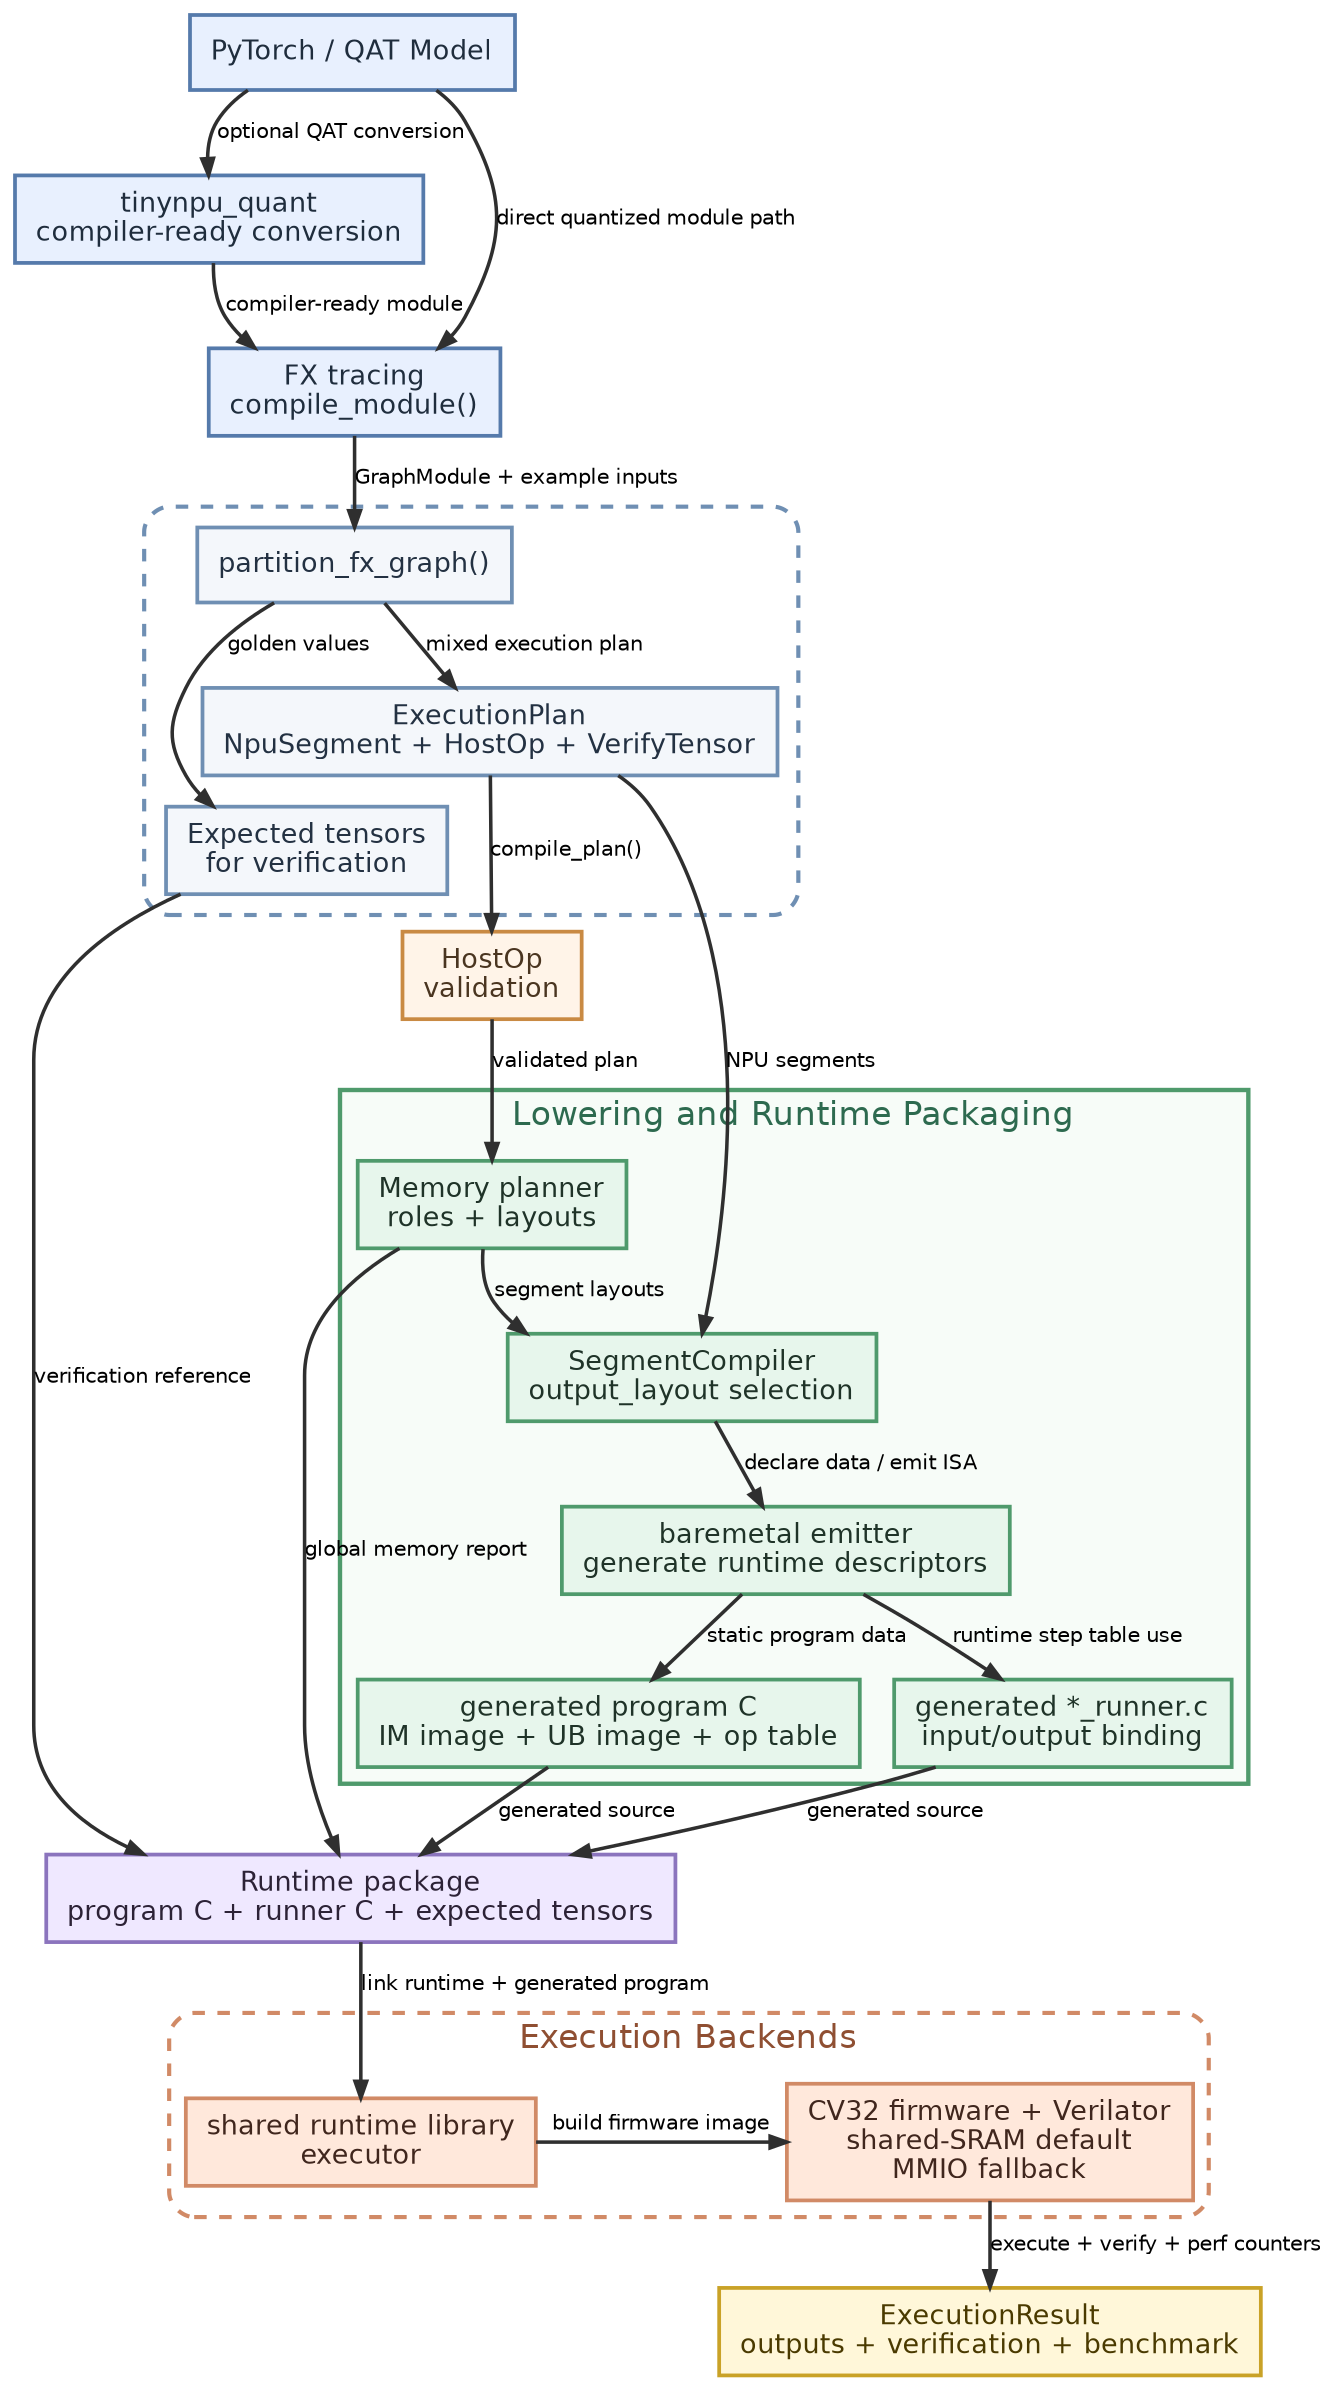
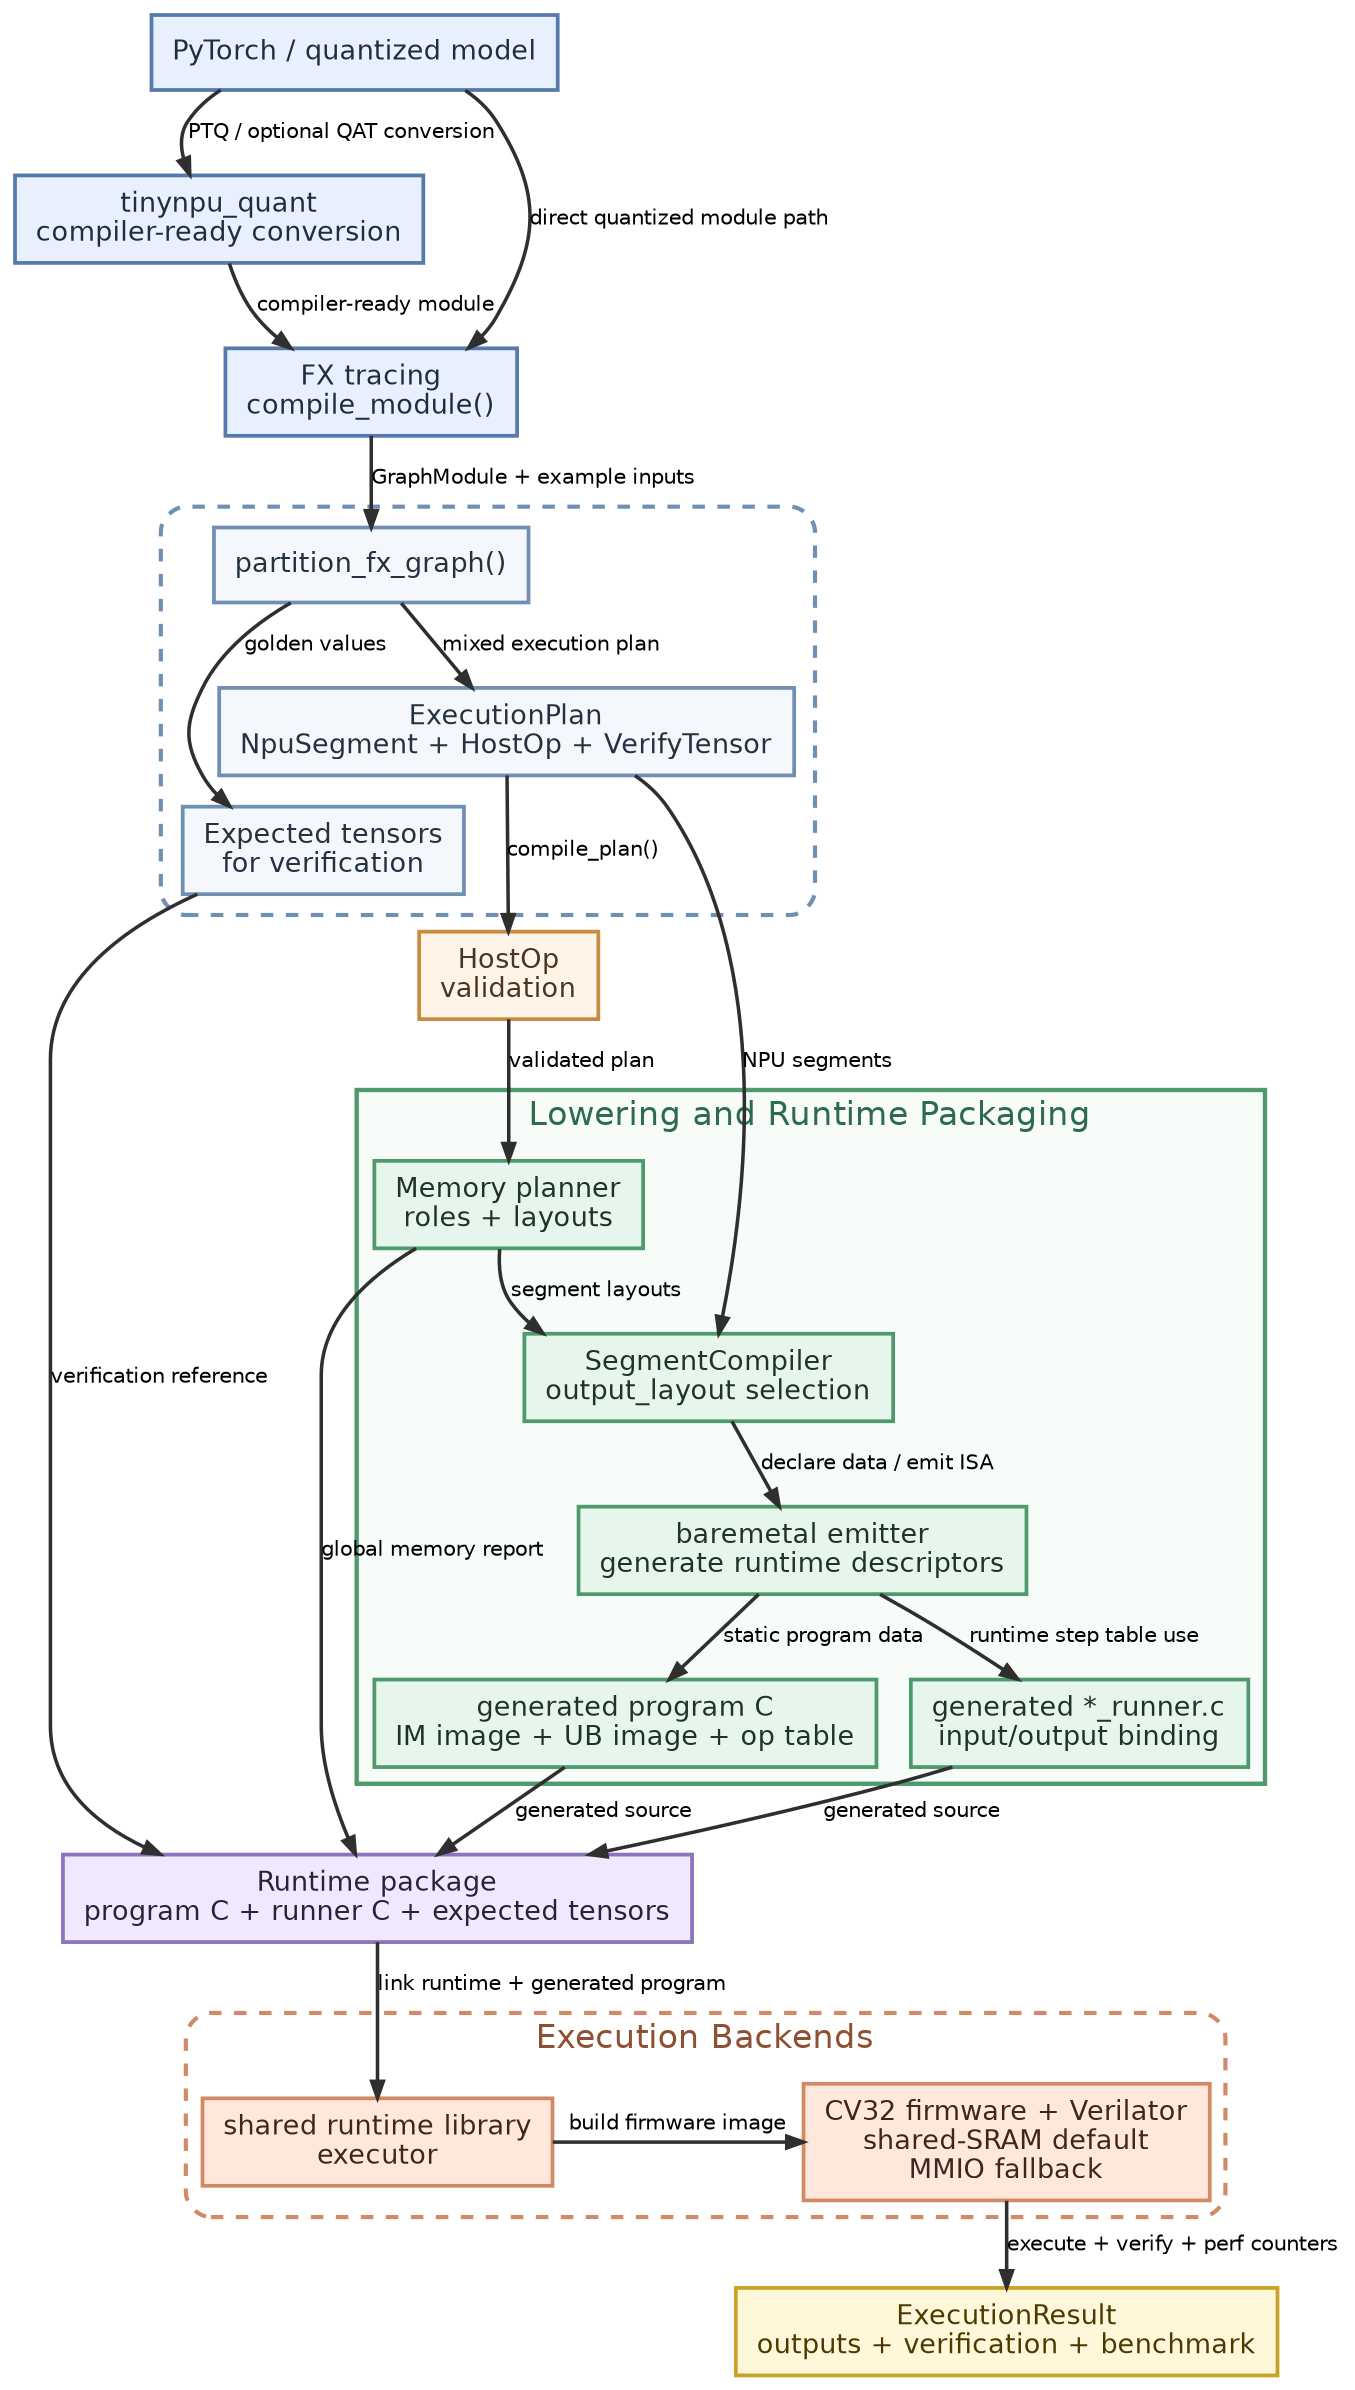
digraph TinyNPUCompilerStack {
    graph [
        rankdir=TB,
        newrank=true,
        splines=true,
        pad=0.1,
        nodesep=0.22,
        ranksep=0.4,
        bgcolor="white",
        fontname="Helvetica",
        fontsize=18
    ];

    node [
        shape=box,
        style="filled",
        fontname="Helvetica",
        fontsize=13,
        penwidth=1.8,
        margin="0.14,0.10"
    ];

    edge [
        fontname="Helvetica",
        fontsize=10,
        color="#2f2f2f",
        penwidth=1.7,
        arrowsize=0.8
    ];

-     Model [label="PyTorch / QAT Model", fillcolor="#E8F0FE", color="#557AAB", fontcolor="#1f2d3d"];
+     Model [label="PyTorch / quantized model", fillcolor="#E8F0FE", color="#557AAB", fontcolor="#1f2d3d"];
    Quant [label="tinynpu_quant\ncompiler-ready conversion", fillcolor="#E8F0FE", color="#557AAB", fontcolor="#1f2d3d"];
    FX [label="FX tracing\ncompile_module()", fillcolor="#E8F0FE", color="#557AAB", fontcolor="#1f2d3d"];

    subgraph cluster_partition {
        label="";
        color="#6F8FB3";
        penwidth=2.0;
        style="rounded,dashed";
        fillcolor="white";
        fontcolor="#355C7D";
        fontsize=16;
        margin="10,12";

        Partition [label="partition_fx_graph()", fillcolor="#F4F7FB", color="#6F8FB3", fontcolor="#233142"];
        Plan [label="ExecutionPlan\nNpuSegment + HostOp + VerifyTensor", fillcolor="#F4F7FB", color="#6F8FB3", fontcolor="#233142", width=2.7];
        Expected [label="Expected tensors\nfor verification", fillcolor="#F4F7FB", color="#6F8FB3", fontcolor="#233142"];
    }

    Validate [label="HostOp\nvalidation", fillcolor="#FFF4E8", color="#C98A43", fontcolor="#4A3520"];

    subgraph cluster_lowering {
        label="Lowering and Runtime Packaging";
        color="#4F9A6C";
        penwidth=2.1;
        style="filled";
        fillcolor="#F7FCF8";
        fontcolor="#2D6A4F";
        fontsize=16;

        Planner [label="Memory planner\nroles + layouts", fillcolor="#E7F6EC", color="#4F9A6C", fontcolor="#1f3328"];
        Compiler [label="SegmentCompiler\noutput_layout selection", fillcolor="#E7F6EC", color="#4F9A6C", fontcolor="#1f3328"];
        Program [label="baremetal emitter\ngenerate runtime descriptors", fillcolor="#E7F6EC", color="#4F9A6C", fontcolor="#1f3328", width=2.4];
        Segment [label="generated program C\nIM image + UB image + op table", fillcolor="#E7F6EC", color="#4F9A6C", fontcolor="#1f3328", width=2.5];
        Runner [label="generated *_runner.c\ninput/output binding", fillcolor="#E7F6EC", color="#4F9A6C", fontcolor="#1f3328"];
    }

    Artifact [label="Runtime package\nprogram C + runner C + expected tensors", fillcolor="#EFE8FF", color="#8B74BD", fontcolor="#2C2236", width=2.6];

    subgraph cluster_runtime {
        label="Execution Backends";
        color="#D18A66";
        penwidth=2.0;
        style="rounded,dashed";
        fillcolor="white";
        fontcolor="#8F4F32";
        fontsize=16;

        HostExec [label="shared runtime library\nexecutor", fillcolor="#FFE8DB", color="#D18A66", fontcolor="#40261d", width=2.2];
        SimExec [label="CV32 firmware + Verilator\nshared-SRAM default\nMMIO fallback", fillcolor="#FFE8DB", color="#D18A66", fontcolor="#40261d", width=2.4];
    }

    Result [label="ExecutionResult\noutputs + verification + benchmark", fillcolor="#FFF7D9", color="#C9A227", fontcolor="#4A3A00", width=2.2];

    { rank=same; HostExec; SimExec; }

-     Model -> Quant [label="optional QAT conversion"];
+     Model -> Quant [label="PTQ / optional QAT conversion"];
    Quant -> FX [label="compiler-ready module"];
    Model -> FX [label="direct quantized module path"];

    FX -> Partition [label="GraphModule + example inputs"];
    Partition -> Plan [label="mixed execution plan"];
    Partition -> Expected [label="golden values"];

    Plan -> Validate [label="compile_plan()"];
    Validate -> Planner [label="validated plan"];
    Planner -> Compiler [label="segment layouts"];
    Plan -> Compiler [label="NPU segments"];
    Compiler -> Program [label="declare data / emit ISA"];
    Program -> Segment [label="static program data"];
    Program -> Runner [label="runtime step table use"];
    Segment -> Artifact [label="generated source"];
    Runner -> Artifact [label="generated source"];
    Expected -> Artifact [label="verification reference"];
    Planner -> Artifact [label="global memory report"];

    Artifact -> HostExec [label="link runtime + generated program"];
    HostExec -> SimExec [label="build firmware image"];
    SimExec -> Result [label="execute + verify + perf counters"];
}
